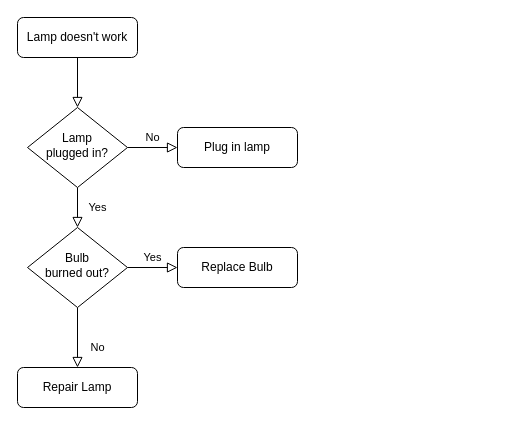
Before: AIDFL.drawio in zongcai66/Introduction-to-Reinforcement-Learning, a draw.io diagram. Source tidied: cells renumbered, new cells numbered last; positions are measured from the earlier drawing's top-left corner, leaving out a move shared by most shapes. Both pictures are drawn from the tidied source at 100%, with x=0, y=0 at pixel (17, 17).
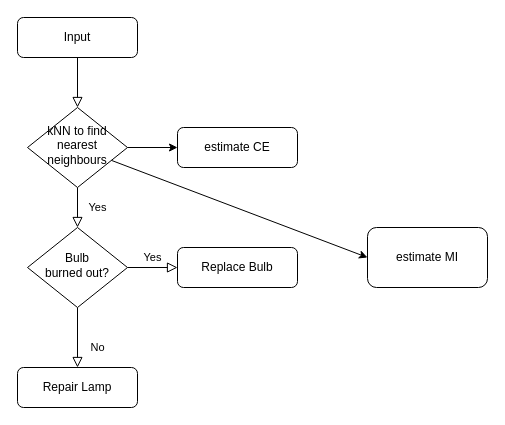
The same diagram, later.

The edit, as a diff of the source:
```diff
@@
 <mxGraphModel>
   <root>
     <mxCell id="0" />
     <mxCell id="1" parent="0" />
     <mxCell id="2" style="rounded=0;html=1;jettySize=auto;fontSize=11;endArrow=block;endFill=0;endSize=8;strokeWidth=1;shadow=0;labelBackgroundColor=none;edgeStyle=orthogonalEdgeStyle;" parent="1" edge="1" source="3" target="6">
       <mxGeometry relative="1" as="geometry" />
     </mxCell>
-    <mxCell id="3" value="Lamp doesn't work" style="rounded=1;whiteSpace=wrap;html=1;fontSize=12;glass=0;strokeWidth=1;shadow=0;" parent="1" vertex="1">
+    <mxCell id="3" value="Input" style="rounded=1;whiteSpace=wrap;html=1;fontSize=12;glass=0;strokeWidth=1;shadow=0;" parent="1" vertex="1">
       <mxGeometry width="120" height="40" as="geometry" />
     </mxCell>
     <mxCell id="4" value="Yes" style="rounded=0;html=1;jettySize=auto;fontSize=11;endArrow=block;endFill=0;endSize=8;strokeWidth=1;shadow=0;labelBackgroundColor=none;edgeStyle=orthogonalEdgeStyle;" parent="1" edge="1" source="6" target="10">
       <mxGeometry y="20" relative="1" as="geometry" />
     </mxCell>
-    <mxCell id="5" value="No" style="edgeStyle=orthogonalEdgeStyle;rounded=0;html=1;jettySize=auto;fontSize=11;endArrow=block;endFill=0;endSize=8;strokeWidth=1;shadow=0;labelBackgroundColor=none;" parent="1" edge="1" source="6" target="7">
-      <mxGeometry y="10" relative="1" as="geometry" />
-    </mxCell>
-    <mxCell id="6" value="Lamp&lt;br&gt;plugged in?" style="rhombus;whiteSpace=wrap;html=1;shadow=0;fontFamily=Helvetica;fontSize=12;align=center;strokeWidth=1;spacing=6;spacingTop=-4;" parent="1" vertex="1">
+    <mxCell id="6" value="kNN to find nearest neighbours" style="rhombus;whiteSpace=wrap;html=1;shadow=0;fontFamily=Helvetica;fontSize=12;align=center;strokeWidth=1;spacing=6;spacingTop=-4;" parent="1" vertex="1">
       <mxGeometry x="10" y="90" width="100" height="80" as="geometry" />
     </mxCell>
-    <mxCell id="7" value="Plug in lamp" style="rounded=1;whiteSpace=wrap;html=1;fontSize=12;glass=0;strokeWidth=1;shadow=0;" parent="1" vertex="1">
+    <mxCell id="7" value="estimate CE" style="rounded=1;whiteSpace=wrap;html=1;fontSize=12;glass=0;strokeWidth=1;shadow=0;" parent="1" vertex="1">
       <mxGeometry x="160" y="110" width="120" height="40" as="geometry" />
     </mxCell>
     <mxCell id="8" value="No" style="rounded=0;html=1;jettySize=auto;fontSize=11;endArrow=block;endFill=0;endSize=8;strokeWidth=1;shadow=0;labelBackgroundColor=none;edgeStyle=orthogonalEdgeStyle;" parent="1" edge="1" source="10" target="11">
       <mxGeometry x="0.33" y="20" relative="1" as="geometry" />
     </mxCell>
     <mxCell id="9" value="Yes" style="edgeStyle=orthogonalEdgeStyle;rounded=0;html=1;jettySize=auto;fontSize=11;endArrow=block;endFill=0;endSize=8;strokeWidth=1;shadow=0;labelBackgroundColor=none;" parent="1" edge="1" source="10" target="12">
       <mxGeometry y="10" relative="1" as="geometry" />
     </mxCell>
     <mxCell id="10" value="Bulb&lt;br&gt;burned out?" style="rhombus;whiteSpace=wrap;html=1;shadow=0;fontFamily=Helvetica;fontSize=12;align=center;strokeWidth=1;spacing=6;spacingTop=-4;" parent="1" vertex="1">
       <mxGeometry x="10" y="210" width="100" height="80" as="geometry" />
     </mxCell>
     <mxCell id="11" value="Repair Lamp" style="rounded=1;whiteSpace=wrap;html=1;fontSize=12;glass=0;strokeWidth=1;shadow=0;" parent="1" vertex="1">
       <mxGeometry y="350" width="120" height="40" as="geometry" />
     </mxCell>
     <mxCell id="12" value="Replace Bulb" style="rounded=1;whiteSpace=wrap;html=1;fontSize=12;glass=0;strokeWidth=1;shadow=0;" parent="1" vertex="1">
       <mxGeometry x="160" y="230" width="120" height="40" as="geometry" />
     </mxCell>
+    <mxCell id="13" style="endArrow=classic;html=1;rounded=0;" parent="1" edge="1" source="6">
+      <mxGeometry relative="1" as="geometry">
+        <mxPoint x="350" y="240" as="targetPoint" />
+      </mxGeometry>
+    </mxCell>
+    <mxCell id="14" value="estimate MI" style="rounded=1;whiteSpace=wrap;html=1;" parent="1" vertex="1">
+      <mxGeometry x="350" y="210" width="120" height="60" as="geometry" />
+    </mxCell>
+    <mxCell id="5" style="endArrow=classic;html=1;rounded=0;exitX=1;exitY=0.5;exitDx=0;exitDy=0;entryX=0;entryY=0.5;entryDx=0;entryDy=0;" parent="1" edge="1" source="6" target="7">
+      <mxGeometry relative="1" as="geometry" />
+    </mxCell>
   </root>
 </mxGraphModel>
```
